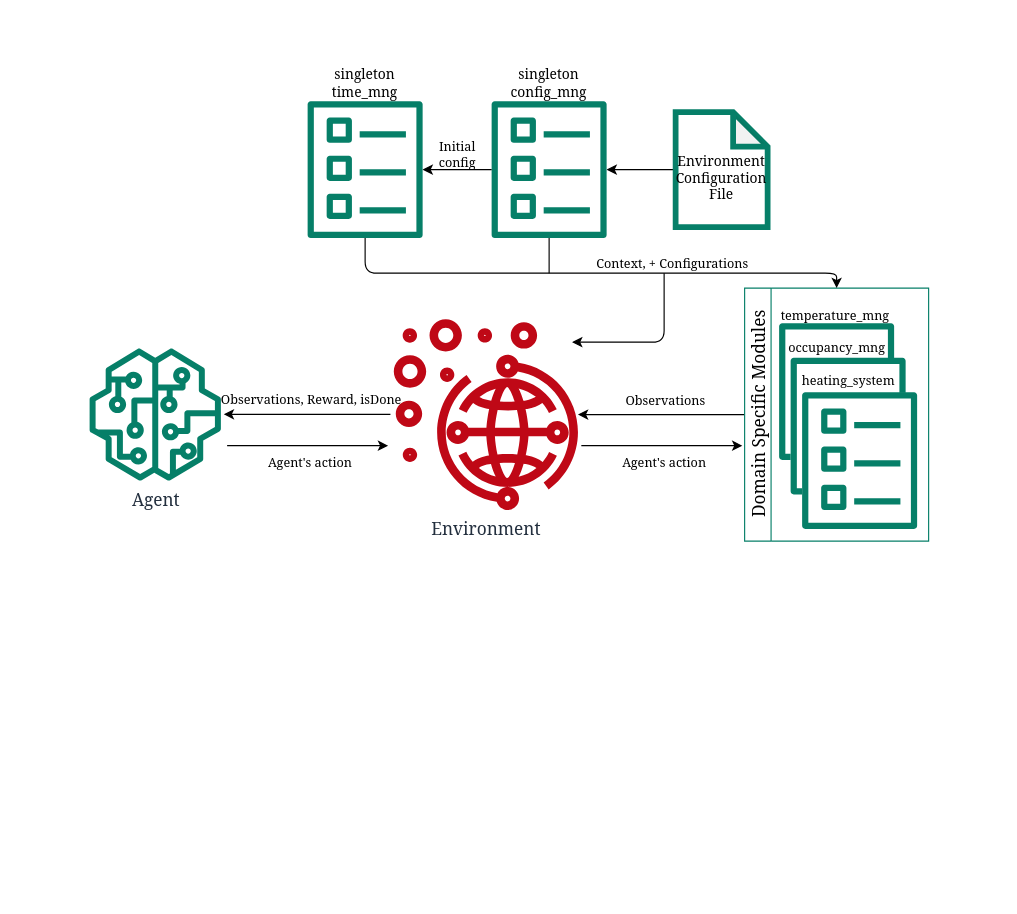
The draw.io diagram doc/nice_diagram.dio in fix1t/SmartTemp-RL, before the edit. Source tidied: cells renumbered, new cells numbered last; positions are measured from the earlier drawing's top-left corner, leaving out a move shared by most shapes. Both pictures are drawn from the tidied source at 115%, with x=0, y=0 at pixel (20, 20).
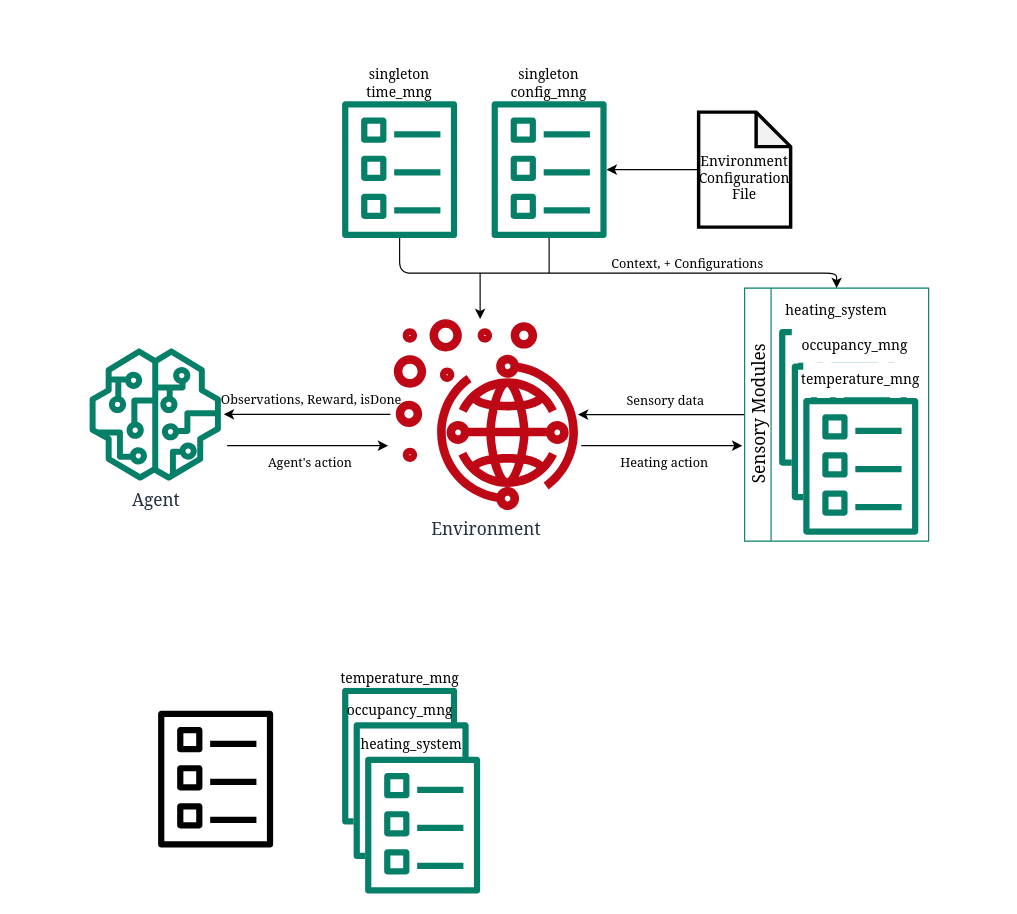
After the change.

Commit message (it also covers changes not shown here):
added dql architecture diagram

Unchanged cells that the change refers to:
```xml
<mxCell id="5" style="edgeStyle=none;html=1;fontColor=default;fontFamily=Georgia;labelBackgroundColor=none;" parent="1" edge="1" source="7" target="21">
  <mxGeometry relative="1" as="geometry" />
</mxCell>
<mxCell id="26" style="sketch=0;outlineConnect=0;fontColor=#232F3E;gradientColor=none;fillColor=#067f68;strokeColor=default;dashed=0;verticalLabelPosition=bottom;verticalAlign=top;align=center;html=1;fontSize=12;fontStyle=0;shape=mxgraph.aws4.template;fontFamily=Georgia;" parent="24" vertex="1">
  <mxGeometry width="100" height="120" as="geometry" />
</mxCell>
<mxCell id="34" style="edgeStyle=none;html=1;fontColor=default;fontFamily=Georgia;labelBackgroundColor=none;" parent="1" edge="1">
  <mxGeometry relative="1" as="geometry">
    <mxPoint x="488" y="370" as="sourcePoint" />
    <mxPoint x="628" y="370" as="targetPoint" />
  </mxGeometry>
</mxCell>
<mxCell id="40" style="sketch=0;outlineConnect=0;fontColor=#232F3E;gradientColor=none;fillColor=#067f68;strokeColor=default;dashed=0;verticalLabelPosition=bottom;verticalAlign=top;align=center;html=1;fontSize=12;fontStyle=0;shape=mxgraph.aws4.template;fontFamily=Georgia;" parent="38" vertex="1">
  <mxGeometry width="100" height="120" as="geometry" />
</mxCell>
```

Diff of the diagram source:
```diff
@@
-    <mxCell id="2" style="rounded=0;whiteSpace=wrap;html=1;labelBackgroundColor=none;fillStyle=solid;fontFamily=Georgia;fontSize=11;fillColor=default;strokeColor=none;" parent="1" vertex="1">
-      <mxGeometry width="850" height="480" as="geometry" />
-    </mxCell>
@@
-    <mxCell id="4" value="&lt;br&gt;Environment Configuration&lt;br&gt;File" style="shape=note;whiteSpace=wrap;html=1;backgroundOutline=1;darkOpacity=0.05;strokeColor=#067f68;strokeWidth=5;fontFamily=Georgia;" parent="1" vertex="1">
-      <mxGeometry x="570" y="80" width="80" height="100" as="geometry" />
+    <mxCell id="4" value="&lt;br&gt;Environment Configuration&lt;br&gt;File" style="shape=note;whiteSpace=wrap;html=1;backgroundOutline=1;darkOpacity=0.05;strokeColor=#000000;strokeWidth=3;fontFamily=Georgia;" parent="1" vertex="1">
+      <mxGeometry x="590" y="80" width="80" height="100" as="geometry" />
     </mxCell>
@@
-    <mxCell id="6" value="Observations" style="edgeLabel;html=1;align=center;verticalAlign=middle;fontColor=default;fontFamily=Georgia;labelBackgroundColor=none;" parent="5" vertex="1">
+    <mxCell id="6" value="Sensory data" style="edgeLabel;html=1;align=center;verticalAlign=middle;fontColor=default;fontFamily=Georgia;labelBackgroundColor=none;" parent="5" vertex="1">
       <mxGeometry x="-0.22" y="1" relative="1" as="geometry">
         <mxPoint x="-13" y="-15" as="offset" />
       </mxGeometry>
     </mxCell>
-    <mxCell id="7" value="Domain Specific Modules" style="swimlane;horizontal=0;whiteSpace=wrap;html=1;strokeColor=#067f68;fontFamily=Georgia;fontSize=15;fontStyle=0;" parent="1" vertex="1">
+    <mxCell id="7" value="Sensory Modules" style="swimlane;horizontal=0;whiteSpace=wrap;html=1;strokeColor=#067f68;fontFamily=Georgia;fontSize=15;fontStyle=0;" parent="1" vertex="1">
       <mxGeometry x="630" y="233" width="160" height="220" as="geometry" />
     </mxCell>
-    <mxCell id="8" style="group;" parent="7" vertex="1">
-      <mxGeometry x="30" y="10" width="120" height="200" as="geometry" />
-    </mxCell>
-    <mxCell id="9" value="&lt;span style=&quot;background-color: rgb(255, 255, 255);&quot;&gt;&lt;font style=&quot;font-size: 11px;&quot;&gt;temperature_mng&lt;/font&gt;&lt;/span&gt;" style="rounded=0;whiteSpace=wrap;html=1;labelBackgroundColor=none;fillStyle=solid;fillColor=none;fontSize=11;strokeColor=none;fontFamily=Georgia;" parent="8" vertex="1">
-      <mxGeometry width="98" height="25" as="geometry" />
-    </mxCell>
-    <mxCell id="10" style="rounded=0;whiteSpace=wrap;html=1;shadow=0;glass=0;fillStyle=solid;strokeColor=none;strokeWidth=10;fontColor=default;fillColor=default;gradientColor=none;fontFamily=Georgia;" parent="8" vertex="1">
-      <mxGeometry y="21.1" width="100" height="107.8" as="geometry" />
-    </mxCell>
-    <mxCell id="11" style="sketch=0;fontColor=#232F3E;gradientColor=none;fillColor=#067f68;strokeColor=default;dashed=0;verticalLabelPosition=bottom;verticalAlign=top;align=center;html=1;fontSize=12;fontStyle=0;shape=mxgraph.aws4.template;fontFamily=Georgia;" parent="8" vertex="1">
-      <mxGeometry y="20" width="100" height="120" as="geometry" />
-    </mxCell>
-    <mxCell id="12" style="rounded=0;whiteSpace=wrap;html=1;labelBackgroundColor=default;fillColor=default;fillStyle=solid;strokeColor=none;fontFamily=Georgia;" parent="8" vertex="1">
-      <mxGeometry x="10" y="30" width="80" height="100" as="geometry" />
-    </mxCell>
-    <mxCell id="13" value="&lt;span style=&quot;&quot;&gt;&lt;font style=&quot;font-size: 11px;&quot;&gt;occupancy_mng&lt;/font&gt;&lt;/span&gt;" style="rounded=0;whiteSpace=wrap;html=1;labelBackgroundColor=none;fillStyle=solid;fillColor=none;fontSize=11;strokeColor=none;fontFamily=Georgia;" parent="8" vertex="1">
-      <mxGeometry x="3" y="30" width="95" height="21.1" as="geometry" />
-    </mxCell>
-    <mxCell id="14" style="rounded=0;whiteSpace=wrap;html=1;shadow=0;glass=0;fillStyle=solid;strokeColor=none;strokeWidth=10;fontColor=default;fillColor=default;gradientColor=none;fontFamily=Georgia;" parent="8" vertex="1">
-      <mxGeometry x="10" y="51.1" width="100" height="107.8" as="geometry" />
-    </mxCell>
-    <mxCell id="15" style="sketch=0;fontColor=#232F3E;gradientColor=none;fillColor=#067f68;strokeColor=default;dashed=0;verticalLabelPosition=bottom;verticalAlign=top;align=center;html=1;fontSize=12;fontStyle=0;shape=mxgraph.aws4.template;fontFamily=Georgia;" parent="8" vertex="1">
-      <mxGeometry x="10" y="50" width="100" height="120" as="geometry" />
-    </mxCell>
-    <mxCell id="16" style="rounded=0;whiteSpace=wrap;html=1;labelBackgroundColor=default;fillColor=default;fillStyle=solid;strokeColor=none;fontFamily=Georgia;" parent="8" vertex="1">
-      <mxGeometry x="20" y="60" width="80" height="100" as="geometry" />
-    </mxCell>
-    <mxCell id="17" value="&lt;span style=&quot;&quot;&gt;&lt;font style=&quot;font-size: 11px;&quot;&gt;heating_system&lt;/font&gt;&lt;/span&gt;" style="rounded=0;whiteSpace=wrap;html=1;labelBackgroundColor=none;fillStyle=solid;fillColor=none;fontSize=11;strokeColor=none;fontFamily=Georgia;" parent="8" vertex="1">
-      <mxGeometry x="12.5" y="60" width="95" height="20" as="geometry" />
-    </mxCell>
-    <mxCell id="18" style="rounded=0;whiteSpace=wrap;html=1;labelBackgroundColor=default;fillColor=default;fillStyle=solid;strokeColor=none;fontFamily=Georgia;" parent="8" vertex="1">
-      <mxGeometry x="30" y="90" width="80" height="100" as="geometry" />
-    </mxCell>
-    <mxCell id="19" style="rounded=0;whiteSpace=wrap;html=1;shadow=0;glass=0;fillStyle=solid;strokeColor=none;strokeWidth=10;fontColor=default;fillColor=default;gradientColor=none;fontFamily=Georgia;" parent="8" vertex="1">
-      <mxGeometry x="20" y="81.1" width="100" height="107.8" as="geometry" />
-    </mxCell>
-    <mxCell id="20" style="sketch=0;fontColor=#232F3E;gradientColor=none;fillColor=#067f68;strokeColor=default;dashed=0;verticalLabelPosition=bottom;verticalAlign=top;align=center;html=1;fontSize=12;fontStyle=0;shape=mxgraph.aws4.template;fontFamily=Georgia;" parent="8" vertex="1">
-      <mxGeometry x="20" y="80" width="100" height="120" as="geometry" />
-    </mxCell>
+    <mxCell id="43" value="heating_system" style="swimlane;fontStyle=0;horizontal=1;startSize=30;whiteSpace=wrap;html=1;strokeColor=default;rounded=1;swimlaneLine=0;glass=0;shadow=0;arcSize=0;fontFamily=Georgia;opacity=0;" parent="7" vertex="1">
+      <mxGeometry x="30" y="5" width="100" height="150" as="geometry" />
+    </mxCell>
+    <mxCell id="44" style="group;fontFamily=Georgia;" parent="43" vertex="1">
+      <mxGeometry y="30" width="100" height="120" as="geometry" />
+    </mxCell>
+    <mxCell id="45" style="rounded=0;whiteSpace=wrap;html=1;shadow=0;glass=0;fillStyle=solid;strokeColor=none;strokeWidth=10;fontColor=default;fillColor=default;gradientColor=none;fontFamily=Georgia;" parent="44" vertex="1">
+      <mxGeometry y="1.1" width="100" height="107.8" as="geometry" />
+    </mxCell>
+    <mxCell id="46" style="sketch=0;fontColor=#232F3E;gradientColor=none;fillColor=#067f68;strokeColor=default;dashed=0;verticalLabelPosition=bottom;verticalAlign=top;align=center;html=1;fontSize=12;fontStyle=0;shape=mxgraph.aws4.template;fontFamily=Georgia;" parent="44" vertex="1">
+      <mxGeometry width="100" height="120" as="geometry" />
+    </mxCell>
+    <mxCell id="47" value="occupancy_mng" style="swimlane;fontStyle=0;horizontal=1;startSize=30;whiteSpace=wrap;html=1;strokeColor=none;rounded=1;swimlaneLine=0;glass=0;shadow=0;arcSize=0;fontFamily=Georgia;labelBackgroundColor=none;" parent="7" vertex="1">
+      <mxGeometry x="41" y="35" width="110" height="180" as="geometry" />
+    </mxCell>
+    <mxCell id="48" style="group;fontFamily=Georgia;" parent="47" vertex="1">
+      <mxGeometry y="30" width="110" height="150" as="geometry" />
+    </mxCell>
+    <mxCell id="49" style="rounded=0;whiteSpace=wrap;html=1;shadow=0;glass=0;fillStyle=solid;strokeColor=none;strokeWidth=10;fontColor=default;fillColor=default;gradientColor=none;fontFamily=Georgia;" parent="48" vertex="1">
+      <mxGeometry y="1.1" width="100" height="107.8" as="geometry" />
+    </mxCell>
+    <mxCell id="50" style="sketch=0;fontColor=#232F3E;gradientColor=none;fillColor=#067f68;strokeColor=default;dashed=0;verticalLabelPosition=bottom;verticalAlign=top;align=center;html=1;fontSize=12;fontStyle=0;shape=mxgraph.aws4.template;fontFamily=Georgia;" parent="48" vertex="1">
+      <mxGeometry width="100" height="120" as="geometry" />
+    </mxCell>
+    <mxCell id="51" style="group;fontFamily=Georgia;" parent="48" vertex="1">
+      <mxGeometry x="10" y="30" width="100" height="120" as="geometry" />
+    </mxCell>
+    <mxCell id="52" style="rounded=0;whiteSpace=wrap;html=1;shadow=0;glass=0;fillStyle=solid;strokeColor=none;strokeWidth=10;fontColor=default;fillColor=default;gradientColor=none;fontFamily=Georgia;" parent="51" vertex="1">
+      <mxGeometry y="1.1" width="100" height="107.8" as="geometry" />
+    </mxCell>
+    <mxCell id="53" style="sketch=0;fontColor=#232F3E;gradientColor=none;fillColor=#067f68;strokeColor=default;dashed=0;verticalLabelPosition=bottom;verticalAlign=top;align=center;html=1;fontSize=12;fontStyle=0;shape=mxgraph.aws4.template;fontFamily=Georgia;" parent="51" vertex="1">
+      <mxGeometry width="100" height="120" as="geometry" />
+    </mxCell>
+    <mxCell id="54" value="temperature_mng" style="swimlane;fontStyle=0;horizontal=1;startSize=30;whiteSpace=wrap;html=1;strokeColor=none;rounded=1;swimlaneLine=0;glass=0;shadow=0;arcSize=0;fontFamily=Georgia;labelBackgroundColor=default;" parent="7" vertex="1">
+      <mxGeometry x="51" y="65" width="100" height="150" as="geometry" />
+    </mxCell>
@@
     <mxCell id="27" style="edgeStyle=none;html=1;fontColor=default;fontFamily=Georgia;" parent="1" edge="1" source="40" target="7">
       <mxGeometry relative="1" as="geometry">
         <Array as="points">
-          <mxPoint x="300" y="220" />
+          <mxPoint x="330" y="220" />
           <mxPoint x="500" y="220" />
           <mxPoint x="710" y="220" />
         </Array>
       </mxGeometry>
     </mxCell>
@@
-    <mxCell id="35" value="Agent's action" style="edgeLabel;html=1;align=center;verticalAlign=middle;fontColor=default;fontFamily=Georgia;labelBackgroundColor=none;" parent="34" vertex="1">
+    <mxCell id="35" value="Heating action" style="edgeLabel;html=1;align=center;verticalAlign=middle;fontColor=default;fontFamily=Georgia;labelBackgroundColor=none;" parent="34" vertex="1">
       <mxGeometry x="-0.31" y="3" relative="1" as="geometry">
         <mxPoint x="23" y="16" as="offset" />
       </mxGeometry>
     </mxCell>
     <mxCell id="36" style="edgeStyle=none;html=1;fontColor=default;fontFamily=Georgia;" parent="1" edge="1">
       <mxGeometry relative="1" as="geometry">
-        <mxPoint x="560" y="220" as="sourcePoint" />
-        <mxPoint x="480" y="280" as="targetPoint" />
+        <mxPoint x="400" y="220" as="sourcePoint" />
+        <mxPoint x="400" y="260" as="targetPoint" />
         <Array as="points">
-          <mxPoint x="560" y="280" />
+          <mxPoint x="400" y="240" />
         </Array>
       </mxGeometry>
     </mxCell>
     <mxCell id="37" value="singleton time_mng" style="swimlane;fontStyle=0;horizontal=1;startSize=30;whiteSpace=wrap;html=1;strokeColor=default;rounded=1;swimlaneLine=0;glass=0;shadow=0;arcSize=0;fontFamily=Georgia;spacing=0;spacingBottom=0;verticalAlign=middle;perimeterSpacing=0;opacity=0;" parent="1" vertex="1">
-      <mxGeometry x="250" y="40" width="100" height="150" as="geometry" />
+      <mxGeometry x="280" y="40" width="100" height="150" as="geometry" />
     </mxCell>
@@
-    <mxCell id="41" style="edgeStyle=none;html=1;labelBackgroundColor=none;fontSize=11;fontFamily=Georgia;" parent="1" edge="1" source="26" target="40">
-      <mxGeometry relative="1" as="geometry" />
-    </mxCell>
-    <mxCell id="42" value="Initial&lt;br&gt;config" style="edgeLabel;html=1;align=center;verticalAlign=middle;fontSize=11;labelBackgroundColor=none;fontFamily=Georgia;" parent="41" vertex="1">
-      <mxGeometry x="0.32" y="2" relative="1" as="geometry">
-        <mxPoint x="9" y="-17" as="offset" />
-      </mxGeometry>
-    </mxCell>
+    <mxCell id="55" style="sketch=0;fontColor=#232F3E;gradientColor=none;fillColor=#000000;strokeColor=default;dashed=0;verticalLabelPosition=bottom;verticalAlign=top;align=center;html=1;fontSize=12;fontStyle=0;shape=mxgraph.aws4.template;fontFamily=Georgia;" parent="1" vertex="1">
+      <mxGeometry x="120" y="600" width="100" height="120" as="geometry" />
+    </mxCell>
+    <mxCell id="56" style="group;" parent="1" vertex="1">
+      <mxGeometry x="280" y="560" width="120" height="200" as="geometry" />
+    </mxCell>
+    <mxCell id="57" style="group;fontFamily=Georgia;" parent="56" vertex="1">
+      <mxGeometry y="20" width="120" height="180" as="geometry" />
+    </mxCell>
+    <mxCell id="58" style="rounded=0;whiteSpace=wrap;html=1;shadow=0;glass=0;fillStyle=solid;strokeColor=none;strokeWidth=10;fontColor=default;fillColor=default;gradientColor=none;fontFamily=Georgia;" parent="57" vertex="1">
+      <mxGeometry y="1.1" width="100" height="107.8" as="geometry" />
+    </mxCell>
+    <mxCell id="59" style="sketch=0;fontColor=#232F3E;gradientColor=none;fillColor=#067f68;strokeColor=default;dashed=0;verticalLabelPosition=bottom;verticalAlign=top;align=center;html=1;fontSize=12;fontStyle=0;shape=mxgraph.aws4.template;fontFamily=Georgia;" parent="57" vertex="1">
+      <mxGeometry width="100" height="120" as="geometry" />
+    </mxCell>
+    <mxCell id="60" style="rounded=0;whiteSpace=wrap;html=1;labelBackgroundColor=default;fillColor=default;fillStyle=solid;strokeColor=none;" parent="57" vertex="1">
+      <mxGeometry x="10" y="10" width="80" height="100" as="geometry" />
+    </mxCell>
+    <mxCell id="61" style="group;fontFamily=Georgia;" parent="57" vertex="1">
+      <mxGeometry x="10" y="30" width="110" height="150" as="geometry" />
+    </mxCell>
+    <mxCell id="62" style="rounded=0;whiteSpace=wrap;html=1;shadow=0;glass=0;fillStyle=solid;strokeColor=none;strokeWidth=10;fontColor=default;fillColor=default;gradientColor=none;fontFamily=Georgia;" parent="61" vertex="1">
+      <mxGeometry y="1.1" width="100" height="107.8" as="geometry" />
+    </mxCell>
+    <mxCell id="63" style="sketch=0;fontColor=#232F3E;gradientColor=none;fillColor=#067f68;strokeColor=default;dashed=0;verticalLabelPosition=bottom;verticalAlign=top;align=center;html=1;fontSize=12;fontStyle=0;shape=mxgraph.aws4.template;fontFamily=Georgia;" parent="61" vertex="1">
+      <mxGeometry width="100" height="120" as="geometry" />
+    </mxCell>
+    <mxCell id="64" style="rounded=0;whiteSpace=wrap;html=1;labelBackgroundColor=default;fillColor=default;fillStyle=solid;strokeColor=none;" parent="61" vertex="1">
+      <mxGeometry x="10" y="10" width="80" height="100" as="geometry" />
+    </mxCell>
+    <mxCell id="65" style="group;fontFamily=Georgia;" parent="61" vertex="1">
+      <mxGeometry x="10" y="30" width="100" height="120" as="geometry" />
+    </mxCell>
+    <mxCell id="66" style="rounded=0;whiteSpace=wrap;html=1;labelBackgroundColor=default;fillColor=default;fillStyle=solid;strokeColor=none;" parent="65" vertex="1">
+      <mxGeometry x="10" y="10" width="80" height="100" as="geometry" />
+    </mxCell>
+    <mxCell id="67" style="rounded=0;whiteSpace=wrap;html=1;shadow=0;glass=0;fillStyle=solid;strokeColor=none;strokeWidth=10;fontColor=default;fillColor=default;gradientColor=none;fontFamily=Georgia;" parent="65" vertex="1">
+      <mxGeometry y="1.1" width="100" height="107.8" as="geometry" />
+    </mxCell>
+    <mxCell id="68" style="sketch=0;fontColor=#232F3E;gradientColor=none;fillColor=#067f68;strokeColor=default;dashed=0;verticalLabelPosition=bottom;verticalAlign=top;align=center;html=1;fontSize=12;fontStyle=0;shape=mxgraph.aws4.template;fontFamily=Georgia;" parent="65" vertex="1">
+      <mxGeometry width="100" height="120" as="geometry" />
+    </mxCell>
+    <mxCell id="69" value="&lt;span style=&quot;font-family: Georgia; font-size: 12px;&quot;&gt;heating_system&lt;/span&gt;" style="rounded=0;whiteSpace=wrap;html=1;labelBackgroundColor=none;fillStyle=solid;fillColor=none;fontSize=11;strokeColor=none;" parent="61" vertex="1">
+      <mxGeometry x="2.5" y="10" width="95" height="20" as="geometry" />
+    </mxCell>
+    <mxCell id="70" value="&lt;span style=&quot;font-family: Georgia; font-size: 12px;&quot;&gt;occupancy_mng&lt;/span&gt;" style="rounded=0;whiteSpace=wrap;html=1;labelBackgroundColor=none;fillStyle=solid;fillColor=none;fontSize=11;strokeColor=none;" parent="57" vertex="1">
+      <mxGeometry x="3" y="10" width="95" height="21.1" as="geometry" />
+    </mxCell>
+    <mxCell id="71" value="&lt;span style=&quot;font-family: Georgia; font-size: 12px; background-color: rgb(255, 255, 255);&quot;&gt;temperature_mng&lt;/span&gt;" style="rounded=0;whiteSpace=wrap;html=1;labelBackgroundColor=none;fillStyle=solid;fillColor=none;fontSize=11;strokeColor=none;" parent="56" vertex="1">
+      <mxGeometry x="3" width="95" height="25" as="geometry" />
+    </mxCell>
```
